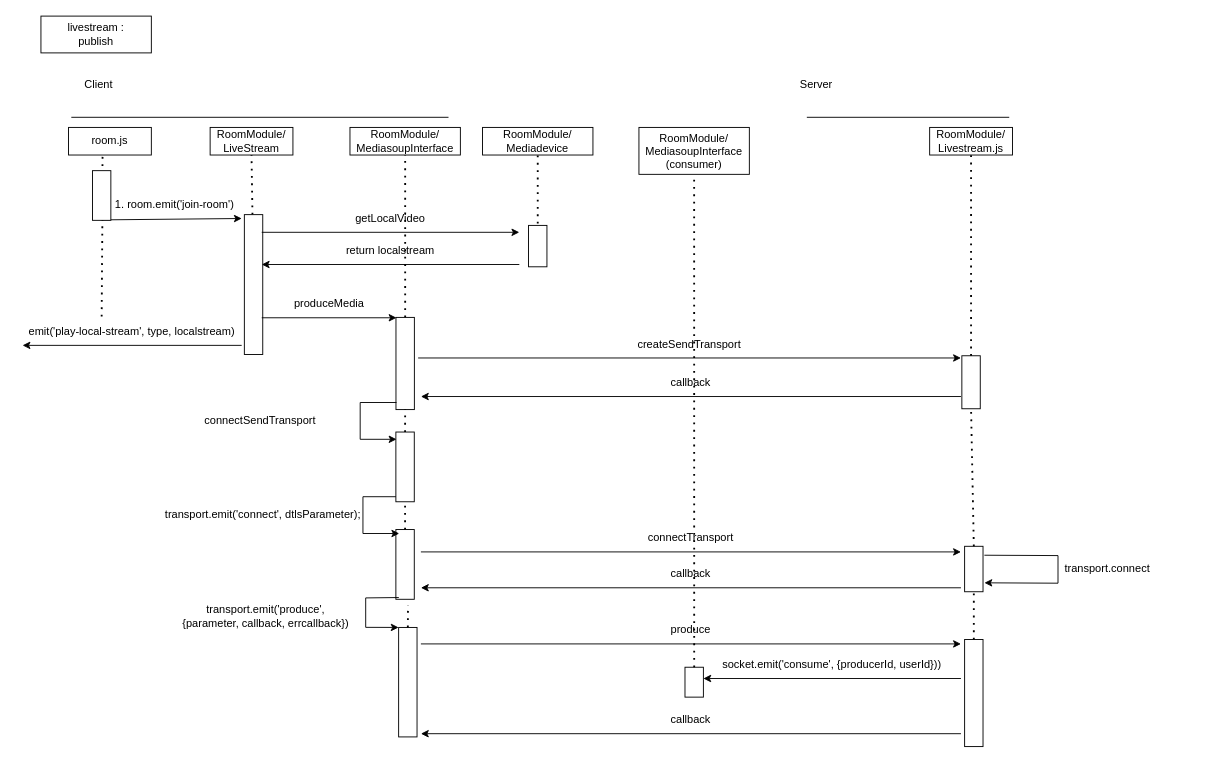
Before: classroom-ultra-uml/sequence-diagram/Livestream-consume.drawio in doremi31618/Assets, a draw.io diagram. Source tidied: cells renumbered, new cells numbered last; positions are measured from the earlier drawing's top-left corner, leaving out a move shared by most shapes. Both pictures are drawn from the tidied source at 92%, with x=0, y=0 at pixel (22, 16).
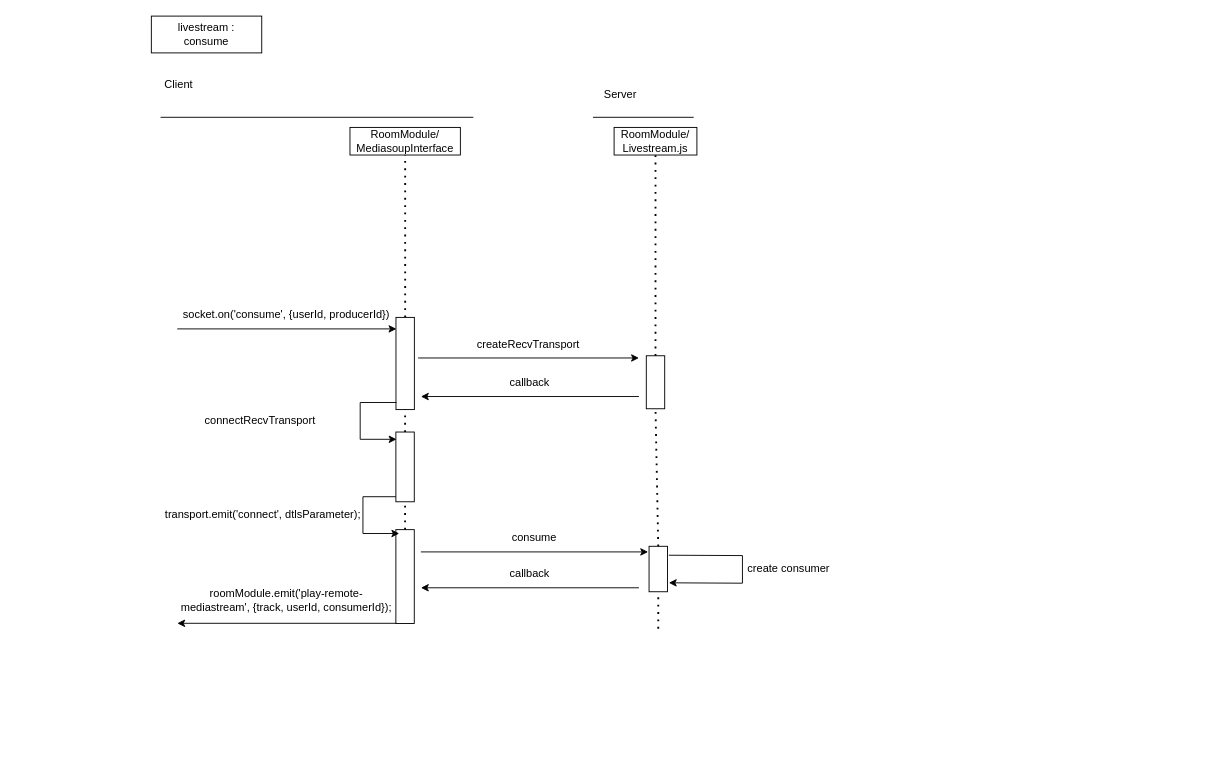
Above is the later version.

Diff of the diagram source:
```diff
@@
-    <mxCell id="3" style="endArrow=none;dashed=1;html=1;dashPattern=1 3;strokeWidth=2;rounded=0;entryX=0.5;entryY=1;entryDx=0;entryDy=0;startArrow=none;" parent="1" edge="1" source="15" target="14">
-      <mxGeometry relative="1" as="geometry" />
-    </mxCell>
     <mxCell id="4" style="rounded=0;whiteSpace=wrap;html=1;" parent="1" vertex="1">
-      <mxGeometry x="20" width="120" height="40" as="geometry" />
+      <mxGeometry x="140" width="120" height="40" as="geometry" />
     </mxCell>
-    <mxCell id="5" value="room.js" style="rounded=0;whiteSpace=wrap;html=1;" parent="1" vertex="1">
-      <mxGeometry x="50" y="121" width="90" height="30" as="geometry" />
-    </mxCell>
     <mxCell id="6" value="RoomModule/&lt;br&gt;Livestream.js" style="rounded=0;whiteSpace=wrap;html=1;" parent="1" vertex="1">
-      <mxGeometry x="986" y="121" width="90" height="30" as="geometry" />
+      <mxGeometry x="643" y="121" width="90" height="30" as="geometry" />
     </mxCell>
-    <mxCell id="7" style="endArrow=none;dashed=1;html=1;dashPattern=1 3;strokeWidth=2;rounded=0;entryX=0.411;entryY=1.067;entryDx=0;entryDy=0;entryPerimeter=0;startArrow=none;" parent="1" edge="1" target="5">
-      <mxGeometry relative="1" as="geometry">
-        <mxPoint x="86.5" y="195" as="sourcePoint" />
-      </mxGeometry>
-    </mxCell>
     <mxCell id="8" style="endArrow=none;html=1;rounded=0;" parent="1" edge="1">
       <mxGeometry relative="1" as="geometry">
-        <mxPoint x="53" y="110" as="sourcePoint" />
-        <mxPoint x="463" y="110" as="targetPoint" />
+        <mxPoint x="150" y="110" as="sourcePoint" />
+        <mxPoint x="490" y="110" as="targetPoint" />
       </mxGeometry>
     </mxCell>
     <mxCell id="9" style="endArrow=none;html=1;rounded=0;" parent="1" edge="1">
       <mxGeometry relative="1" as="geometry">
-        <mxPoint x="852.5" y="110" as="sourcePoint" />
-        <mxPoint x="1072.5" y="110" as="targetPoint" />
+        <mxPoint x="620" y="110" as="sourcePoint" />
+        <mxPoint x="729.5" y="110" as="targetPoint" />
       </mxGeometry>
     </mxCell>
     <mxCell id="10" value="Client" style="text;strokeColor=none;align=center;fillColor=none;html=1;verticalAlign=middle;whiteSpace=wrap;rounded=0;" parent="1" vertex="1">
-      <mxGeometry x="53" y="60" width="60" height="30" as="geometry" />
+      <mxGeometry x="140" y="60" width="60" height="30" as="geometry" />
     </mxCell>
     <mxCell id="11" value="Server" style="text;strokeColor=none;align=center;fillColor=none;html=1;verticalAlign=middle;whiteSpace=wrap;rounded=0;" parent="1" vertex="1">
-      <mxGeometry x="833" y="60" width="60" height="30" as="geometry" />
+      <mxGeometry x="620" y="70" width="60" height="30" as="geometry" />
     </mxCell>
-    <mxCell id="12" style="endArrow=none;dashed=1;html=1;dashPattern=1 3;strokeWidth=2;rounded=0;entryX=1;entryY=0.5;entryDx=0;entryDy=0;" parent="1" edge="1">
-      <mxGeometry relative="1" as="geometry">
-        <mxPoint x="86" y="326.5" as="sourcePoint" />
-        <mxPoint x="87" y="191.5" as="targetPoint" />
-      </mxGeometry>
-    </mxCell>
-    <mxCell id="13" value="livestream :&lt;br&gt;publish" style="text;strokeColor=none;align=center;fillColor=none;html=1;verticalAlign=middle;whiteSpace=wrap;rounded=0;" parent="1" vertex="1">
-      <mxGeometry x="30" y="5" width="100" height="30" as="geometry" />
+    <mxCell id="13" value="livestream :&lt;br&gt;consume" style="text;strokeColor=none;align=center;fillColor=none;html=1;verticalAlign=middle;whiteSpace=wrap;rounded=0;" parent="1" vertex="1">
+      <mxGeometry x="150" y="5" width="100" height="30" as="geometry" />
     </mxCell>
-    <mxCell id="14" value="RoomModule/&lt;br&gt;LiveStream" style="rounded=0;whiteSpace=wrap;html=1;" parent="1" vertex="1">
-      <mxGeometry x="203.9" y="121" width="90" height="30" as="geometry" />
-    </mxCell>
-    <mxCell id="15" style="rounded=0;whiteSpace=wrap;html=1;rotation=90;" parent="1" vertex="1">
-      <mxGeometry x="175.1" y="281.8" width="152" height="20" as="geometry" />
-    </mxCell>
-    <mxCell id="16" style="endArrow=classic;html=1;rounded=0;entryX=1;entryY=1;entryDx=0;entryDy=0;" parent="1" edge="1" target="17">
-      <mxGeometry relative="1" as="geometry">
-        <mxPoint x="86.5" y="221.5" as="sourcePoint" />
-      </mxGeometry>
-    </mxCell>
-    <mxCell id="17" value="1. room.emit('join-room')" style="text;strokeColor=none;align=center;fillColor=none;html=1;verticalAlign=middle;whiteSpace=wrap;rounded=0;" parent="1" vertex="1">
-      <mxGeometry x="91.8" y="190" width="146.5" height="30" as="geometry" />
-    </mxCell>
-    <mxCell id="18" value="RoomModule/&lt;br&gt;Mediadevice" style="rounded=0;whiteSpace=wrap;html=1;" parent="1" vertex="1">
-      <mxGeometry x="500" y="121" width="120" height="30" as="geometry" />
-    </mxCell>
-    <mxCell id="19" style="endArrow=none;dashed=1;html=1;dashPattern=1 3;strokeWidth=2;rounded=0;entryX=0.5;entryY=1;entryDx=0;entryDy=0;startArrow=none;" parent="1" edge="1" target="18">
-      <mxGeometry relative="1" as="geometry">
-        <mxPoint x="560" y="225.5" as="sourcePoint" />
-      </mxGeometry>
-    </mxCell>
     <mxCell id="20" style="rounded=0;whiteSpace=wrap;html=1;rotation=90;" parent="1" vertex="1">
-      <mxGeometry x="1002.2" y="388" width="57.6" height="20" as="geometry" />
+      <mxGeometry x="659.2" y="388" width="57.6" height="20" as="geometry" />
     </mxCell>
-    <mxCell id="21" style="rounded=0;whiteSpace=wrap;html=1;rotation=90;" parent="1" vertex="1">
-      <mxGeometry x="59" y="185" width="54" height="20" as="geometry" />
-    </mxCell>
-    <mxCell id="22" style="rounded=0;whiteSpace=wrap;html=1;rotation=90;spacing=4;" parent="1" vertex="1">
-      <mxGeometry x="537.5" y="240" width="45" height="20" as="geometry" />
-    </mxCell>
@@
-    <mxCell id="26" style="endArrow=classic;html=1;rounded=0;exitX=0;exitY=1;exitDx=0;exitDy=0;entryX=1;entryY=1;entryDx=0;entryDy=0;" parent="1" edge="1" source="27" target="27">
-      <mxGeometry relative="1" as="geometry" />
-    </mxCell>
-    <mxCell id="27" value="getLocalVideo" style="text;strokeColor=none;align=center;fillColor=none;html=1;verticalAlign=middle;whiteSpace=wrap;rounded=0;" parent="1" vertex="1">
-      <mxGeometry x="260" y="205" width="280" height="30" as="geometry" />
-    </mxCell>
-    <mxCell id="28" value="return localstream" style="text;strokeColor=none;align=center;fillColor=none;html=1;verticalAlign=middle;whiteSpace=wrap;rounded=0;" parent="1" vertex="1">
-      <mxGeometry x="260" y="240" width="280" height="30" as="geometry" />
-    </mxCell>
-    <mxCell id="29" style="endArrow=classic;html=1;rounded=0;exitX=1;exitY=1;exitDx=0;exitDy=0;entryX=0;entryY=1;entryDx=0;entryDy=0;" parent="1" edge="1" source="28" target="28">
-      <mxGeometry relative="1" as="geometry" />
-    </mxCell>
-    <mxCell id="30" value="produceMedia" style="text;strokeColor=none;align=center;fillColor=none;html=1;verticalAlign=middle;whiteSpace=wrap;rounded=0;" parent="1" vertex="1">
-      <mxGeometry x="260" y="297.9" width="146.5" height="30" as="geometry" />
-    </mxCell>
-    <mxCell id="31" style="endArrow=classic;html=1;rounded=0;exitX=0;exitY=1;exitDx=0;exitDy=0;entryX=1;entryY=1;entryDx=0;entryDy=0;" parent="1" edge="1" source="30" target="30">
-      <mxGeometry relative="1" as="geometry" />
-    </mxCell>
+    <mxCell id="33" value="socket.on('consume', {userId, producerId})" style="text;strokeColor=none;align=center;fillColor=none;html=1;verticalAlign=middle;whiteSpace=wrap;rounded=0;" parent="1" vertex="1">
+      <mxGeometry x="168.2" y="310" width="238.2" height="30" as="geometry" />
+    </mxCell>
-    <mxCell id="32" style="endArrow=classic;html=1;rounded=0;exitX=1;exitY=1;exitDx=0;exitDy=0;entryX=0;entryY=1;entryDx=0;entryDy=0;" parent="1" edge="1" source="33" target="33">
+    <mxCell id="32" style="endArrow=none;html=1;rounded=0;exitX=1;exitY=1;exitDx=0;exitDy=0;entryX=0;entryY=1;entryDx=0;entryDy=0;startArrow=classic;startFill=1;endFill=0;" parent="1" edge="1" source="33" target="33">
       <mxGeometry relative="1" as="geometry" />
     </mxCell>
-    <mxCell id="33" value="emit('play-local-stream', type, localstream)" style="text;strokeColor=none;align=center;fillColor=none;html=1;verticalAlign=middle;whiteSpace=wrap;rounded=0;" parent="1" vertex="1">
-      <mxGeometry y="327.9" width="238.2" height="30" as="geometry" />
-    </mxCell>
-    <mxCell id="34" value="createSendTransport" style="text;strokeColor=none;align=center;fillColor=none;html=1;verticalAlign=middle;whiteSpace=wrap;rounded=0;" parent="1" vertex="1">
-      <mxGeometry x="430" y="341.6" width="590" height="30" as="geometry" />
+    <mxCell id="34" value="createRecvTransport" style="text;strokeColor=none;align=center;fillColor=none;html=1;verticalAlign=middle;whiteSpace=wrap;rounded=0;" parent="1" vertex="1">
+      <mxGeometry x="430" y="341.6" width="240" height="30" as="geometry" />
     </mxCell>
@@
     <mxCell id="37" value="callback" style="text;strokeColor=none;align=center;fillColor=none;html=1;verticalAlign=middle;whiteSpace=wrap;rounded=0;" parent="1" vertex="1">
-      <mxGeometry x="433" y="383.5" width="587" height="30" as="geometry" />
+      <mxGeometry x="433" y="383.5" width="237" height="30" as="geometry" />
     </mxCell>
-    <mxCell id="38" value="connectTransport" style="text;strokeColor=none;align=center;fillColor=none;html=1;verticalAlign=middle;whiteSpace=wrap;rounded=0;" parent="1" vertex="1">
-      <mxGeometry x="433" y="552.4" width="587" height="30" as="geometry" />
+    <mxCell id="38" value="consume" style="text;strokeColor=none;align=center;fillColor=none;html=1;verticalAlign=middle;whiteSpace=wrap;rounded=0;" parent="1" vertex="1">
+      <mxGeometry x="433" y="552.4" width="247" height="30" as="geometry" />
     </mxCell>
@@
     <mxCell id="40" style="rounded=0;whiteSpace=wrap;html=1;rotation=90;" parent="1" vertex="1">
-      <mxGeometry x="1009.3" y="591" width="49.4" height="20" as="geometry" />
+      <mxGeometry x="666.3" y="591" width="49.4" height="20" as="geometry" />
     </mxCell>
-    <mxCell id="41" value="&amp;nbsp; &amp;nbsp; &amp;nbsp; &amp;nbsp; transport.connect" style="text;strokeColor=none;align=center;fillColor=none;html=1;verticalAlign=middle;whiteSpace=wrap;rounded=0;" parent="1" vertex="1">
-      <mxGeometry x="1045.5" y="586" width="240" height="30" as="geometry" />
+    <mxCell id="41" value="&amp;nbsp; &amp;nbsp; &amp;nbsp; create consumer" style="text;strokeColor=none;align=center;fillColor=none;html=1;verticalAlign=middle;whiteSpace=wrap;rounded=0;" parent="1" vertex="1">
+      <mxGeometry x="702.5" y="586" width="240" height="30" as="geometry" />
     </mxCell>
     <mxCell id="42" style="endArrow=classic;html=1;rounded=0;exitX=0;exitY=0;exitDx=0;exitDy=0;entryX=0;entryY=1;entryDx=0;entryDy=0;" parent="1" edge="1" source="41" target="41">
       <mxGeometry relative="1" as="geometry">
         <Array as="points">
-          <mxPoint x="1125.5" y="586.4" />
-          <mxPoint x="1125.5" y="616.4" />
+          <mxPoint x="782.5" y="586.4" />
+          <mxPoint x="782.5" y="616.4" />
         </Array>
       </mxGeometry>
     </mxCell>
     <mxCell id="43" value="callback" style="text;strokeColor=none;align=center;fillColor=none;html=1;verticalAlign=middle;whiteSpace=wrap;rounded=0;" parent="1" vertex="1">
-      <mxGeometry x="433" y="591.4" width="587" height="30" as="geometry" />
+      <mxGeometry x="433" y="591.4" width="237" height="30" as="geometry" />
     </mxCell>
@@
     <mxCell id="45" style="rounded=0;whiteSpace=wrap;html=1;rotation=90;spacing=4;" parent="1" vertex="1">
-      <mxGeometry x="377.9" y="586" width="75.8" height="20" as="geometry" />
+      <mxGeometry x="364.8" y="599.2" width="102" height="20" as="geometry" />
     </mxCell>
@@
-    <mxCell id="47" style="rounded=0;whiteSpace=wrap;html=1;rotation=90;spacing=4;" parent="1" vertex="1">
-      <mxGeometry x="359.3" y="714" width="119" height="20" as="geometry" />
-    </mxCell>
-    <mxCell id="48" value="transport.emit('produce',&lt;br&gt;{parameter, callback, errcallback})" style="text;strokeColor=none;align=center;fillColor=none;html=1;verticalAlign=middle;whiteSpace=wrap;rounded=0;" parent="1" vertex="1">
-      <mxGeometry x="116" y="632.4" width="296.5" height="40" as="geometry" />
-    </mxCell>
-    <mxCell id="49" style="endArrow=classic;html=1;rounded=0;entryX=0;entryY=1;entryDx=0;entryDy=0;" parent="1" edge="1" target="47">
-      <mxGeometry relative="1" as="geometry">
-        <mxPoint x="409" y="632" as="sourcePoint" />
-        <Array as="points">
-          <mxPoint x="373" y="632.4" />
-          <mxPoint x="373" y="664.4" />
-        </Array>
-      </mxGeometry>
-    </mxCell>
-    <mxCell id="50" value="produce" style="text;strokeColor=none;align=center;fillColor=none;html=1;verticalAlign=middle;whiteSpace=wrap;rounded=0;" parent="1" vertex="1">
-      <mxGeometry x="433" y="652.4" width="587" height="30" as="geometry" />
-    </mxCell>
-    <mxCell id="51" style="endArrow=classic;html=1;rounded=0;exitX=0;exitY=1;exitDx=0;exitDy=0;entryX=1;entryY=1;entryDx=0;entryDy=0;" parent="1" edge="1" source="50" target="50">
-      <mxGeometry relative="1" as="geometry" />
-    </mxCell>
-    <mxCell id="52" style="rounded=0;whiteSpace=wrap;html=1;rotation=90;" parent="1" vertex="1">
-      <mxGeometry x="975.8" y="725.8" width="116.4" height="20" as="geometry" />
-    </mxCell>
-    <mxCell id="53" style="endArrow=classic;html=1;rounded=0;entryX=0;entryY=1;entryDx=0;entryDy=0;exitX=1;exitY=1;exitDx=0;exitDy=0;" parent="1" edge="1" source="54" target="54">
-      <mxGeometry relative="1" as="geometry" />
-    </mxCell>
-    <mxCell id="54" value="callback" style="text;strokeColor=none;align=center;fillColor=none;html=1;verticalAlign=middle;whiteSpace=wrap;rounded=0;" parent="1" vertex="1">
-      <mxGeometry x="433" y="750" width="587" height="30" as="geometry" />
-    </mxCell>
@@
-    <mxCell id="56" value="connectSendTransport" style="text;strokeColor=none;align=center;fillColor=none;html=1;verticalAlign=middle;whiteSpace=wrap;rounded=0;" parent="1" vertex="1">
+    <mxCell id="56" value="connectRecvTransport" style="text;strokeColor=none;align=center;fillColor=none;html=1;verticalAlign=middle;whiteSpace=wrap;rounded=0;" parent="1" vertex="1">
       <mxGeometry x="110" y="420" width="296.5" height="40" as="geometry" />
     </mxCell>
@@
-    <mxCell id="60" style="endArrow=none;dashed=1;html=1;dashPattern=1 3;strokeWidth=2;rounded=0;exitX=0;exitY=0.5;exitDx=0;exitDy=0;" parent="1" edge="1" source="47">
-      <mxGeometry relative="1" as="geometry">
-        <mxPoint x="419" y="640" as="targetPoint" />
-      </mxGeometry>
-    </mxCell>
@@
-    <mxCell id="63" style="endArrow=none;dashed=1;html=1;dashPattern=1 3;strokeWidth=2;rounded=0;entryX=1;entryY=0.5;entryDx=0;entryDy=0;exitX=0;exitY=0.5;exitDx=0;exitDy=0;" parent="1" edge="1" source="52" target="40">
-      <mxGeometry relative="1" as="geometry" />
+    <mxCell id="63" style="endArrow=none;dashed=1;html=1;dashPattern=1 3;strokeWidth=2;rounded=0;entryX=1;entryY=0.5;entryDx=0;entryDy=0;exitX=0;exitY=0.5;exitDx=0;exitDy=0;" parent="1" edge="1" target="40">
+      <mxGeometry relative="1" as="geometry">
+        <mxPoint x="691" y="665.8" as="sourcePoint" />
+      </mxGeometry>
     </mxCell>
-    <mxCell id="64" value="RoomModule/&lt;br&gt;MediasoupInterface&lt;br&gt;(consumer)" style="rounded=0;whiteSpace=wrap;html=1;" parent="1" vertex="1">
-      <mxGeometry x="670" y="121" width="120" height="51" as="geometry" />
-    </mxCell>
-    <mxCell id="65" style="rounded=0;whiteSpace=wrap;html=1;rotation=90;spacing=4;" parent="1" vertex="1">
-      <mxGeometry x="713.8" y="714" width="32.5" height="20" as="geometry" />
-    </mxCell>
-    <mxCell id="66" value="socket.emit('consume', {producerId, userId}))" style="text;strokeColor=none;align=center;fillColor=none;html=1;verticalAlign=middle;whiteSpace=wrap;rounded=0;" parent="1" vertex="1">
-      <mxGeometry x="740" y="690" width="280" height="30" as="geometry" />
-    </mxCell>
-    <mxCell id="67" style="endArrow=none;html=1;rounded=0;exitX=0;exitY=1;exitDx=0;exitDy=0;entryX=1;entryY=1;entryDx=0;entryDy=0;startArrow=classic;startFill=1;endFill=0;" parent="1" edge="1" source="66" target="66">
-      <mxGeometry relative="1" as="geometry" />
-    </mxCell>
-    <mxCell id="68" style="endArrow=none;dashed=1;html=1;dashPattern=1 3;strokeWidth=2;rounded=0;entryX=0.5;entryY=1;entryDx=0;entryDy=0;exitX=0;exitY=0.5;exitDx=0;exitDy=0;" parent="1" edge="1" source="65" target="64">
-      <mxGeometry relative="1" as="geometry" />
-    </mxCell>
+    <mxCell id="69" value="roomModule.emit('play-remote-mediastream', {track, userId, consumerId});" style="text;strokeColor=none;align=center;fillColor=none;html=1;verticalAlign=middle;whiteSpace=wrap;rounded=0;" parent="1" vertex="1">
+      <mxGeometry x="168.2" y="610" width="238.2" height="50" as="geometry" />
+    </mxCell>
+    <mxCell id="70" style="endArrow=classic;html=1;rounded=0;exitX=1;exitY=1;exitDx=0;exitDy=0;entryX=0;entryY=1;entryDx=0;entryDy=0;" parent="1" edge="1" source="69" target="69">
+      <mxGeometry relative="1" as="geometry" />
+    </mxCell>
```
